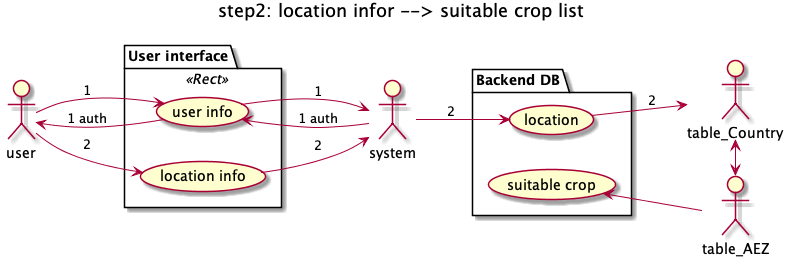
snakada1615/ifna_pwa02 keeps this PlantUML diagram as myApp/static/ULM/step02.png. Above is the earlier version.
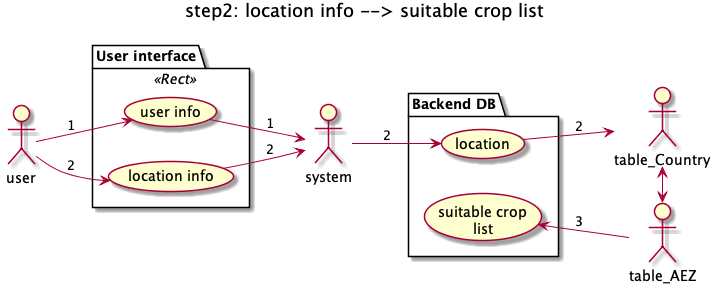
Above is the later version.

The edit, as a diff of the source:
```diff
@@ -1,7 +1,7 @@
 @startuml
 left to right direction
 
-title step2: location infor --> suitable crop list
+title step2: location info --> suitable crop list
 
 actor :user: as user
 actor :system: as admin
@@ -11,8 +11,6 @@
   package "User interface" <<Rect>> {
       user --> (user info):"1"
       (user info) --> admin:"1"
-      user <-- (user info):"1 auth"
-      (user info) <-- admin:"1 auth"
       user --> (location info):"2"
       (location info) --> admin:"2"
   }
@@ -21,7 +19,7 @@
     admin --> (location):"2"
     (location) --> table2:"2"
     table2 <-> table1
-    (suitable crop) <-- table1
+    (suitable crop\nlist) <-- table1:"3"
   }
 
 
```
